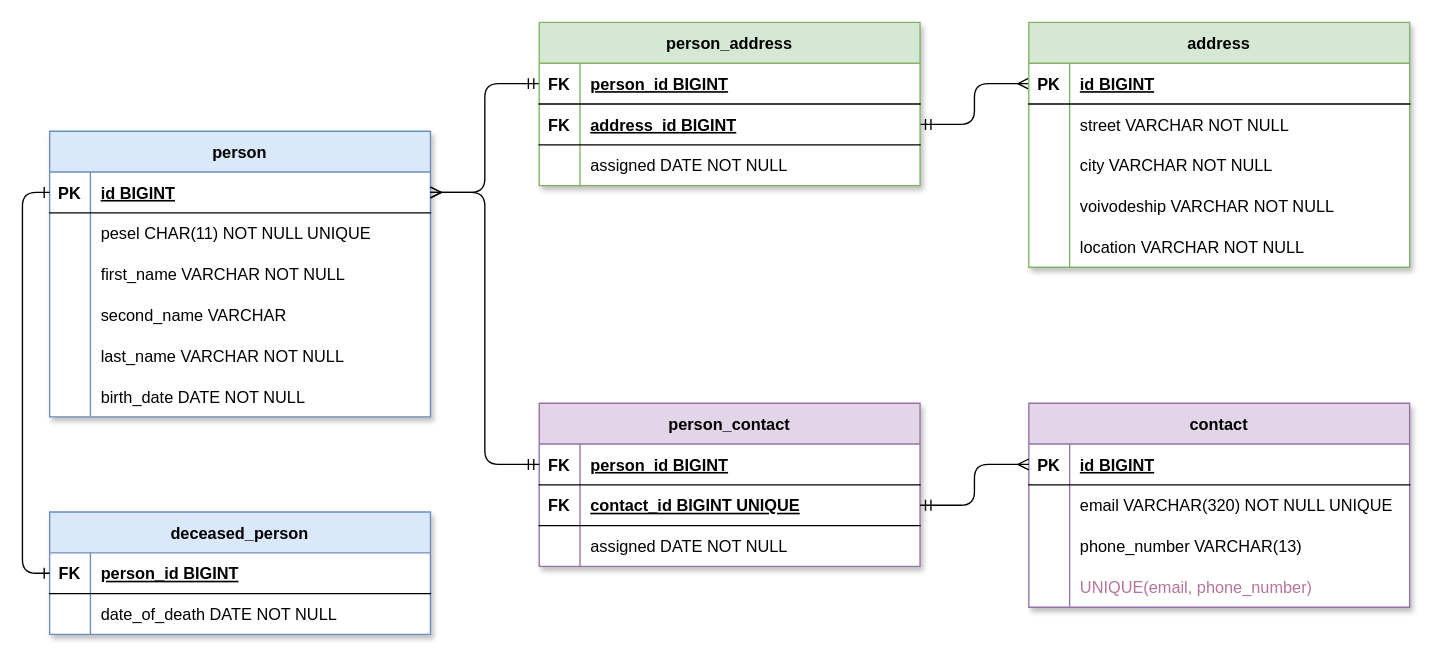
Earlier version of the draw.io diagram database/diagrams/fakers_db.drawio (bkosm/fakers). Source tidied: cells renumbered, new cells numbered last; positions are measured from the earlier drawing's top-left corner, leaving out a move shared by most shapes. Both pictures are drawn from the tidied source at 136%, with x=0, y=0 at pixel (49, 22).
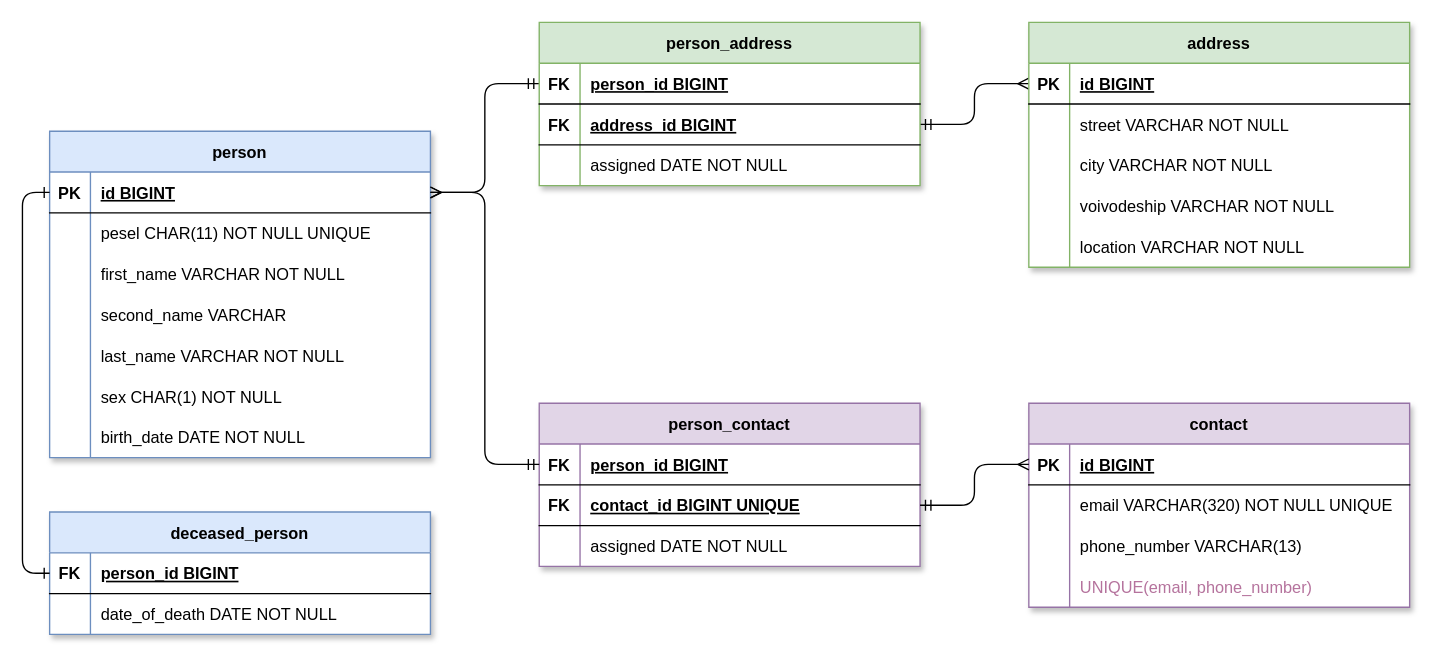
After the change.

Diff of the diagram source:
```diff
@@
     <mxCell id="2" value="person" style="shape=table;startSize=30;childLayout=tableLayout;rowLines=0;fontStyle=1;align=center;fillColor=#dae8fc;strokeColor=#6c8ebf;swimlaneFillColor=#ffffff;shadow=1;" parent="1" vertex="1">
-      <mxGeometry y="80" width="280" height="210" as="geometry" />
+      <mxGeometry y="80" width="280" height="240" as="geometry" />
     </mxCell>
@@
+    <mxCell id="82" style="shape=partialRectangle;fillColor=none;top=0;left=0;right=0;bottom=0;" parent="2" vertex="1">
+      <mxGeometry y="180" width="280" height="30" as="geometry" />
+    </mxCell>
+    <mxCell id="83" style="shape=partialRectangle;overflow=hidden;fillColor=none;top=0;left=0;bottom=0;right=0;" parent="82" vertex="1">
+      <mxGeometry width="30" height="30" as="geometry" />
+    </mxCell>
+    <mxCell id="84" value="sex CHAR(1) NOT NULL" style="shape=partialRectangle;overflow=hidden;fillColor=none;top=0;left=0;bottom=0;right=0;align=left;spacingLeft=6;" parent="82" vertex="1">
+      <mxGeometry x="30" width="250" height="30" as="geometry" />
+    </mxCell>
     <mxCell id="18" style="shape=partialRectangle;fillColor=none;top=0;left=0;right=0;bottom=0;" parent="2" vertex="1">
-      <mxGeometry y="180" width="280" height="30" as="geometry" />
+      <mxGeometry y="210" width="280" height="30" as="geometry" />
     </mxCell>
```
